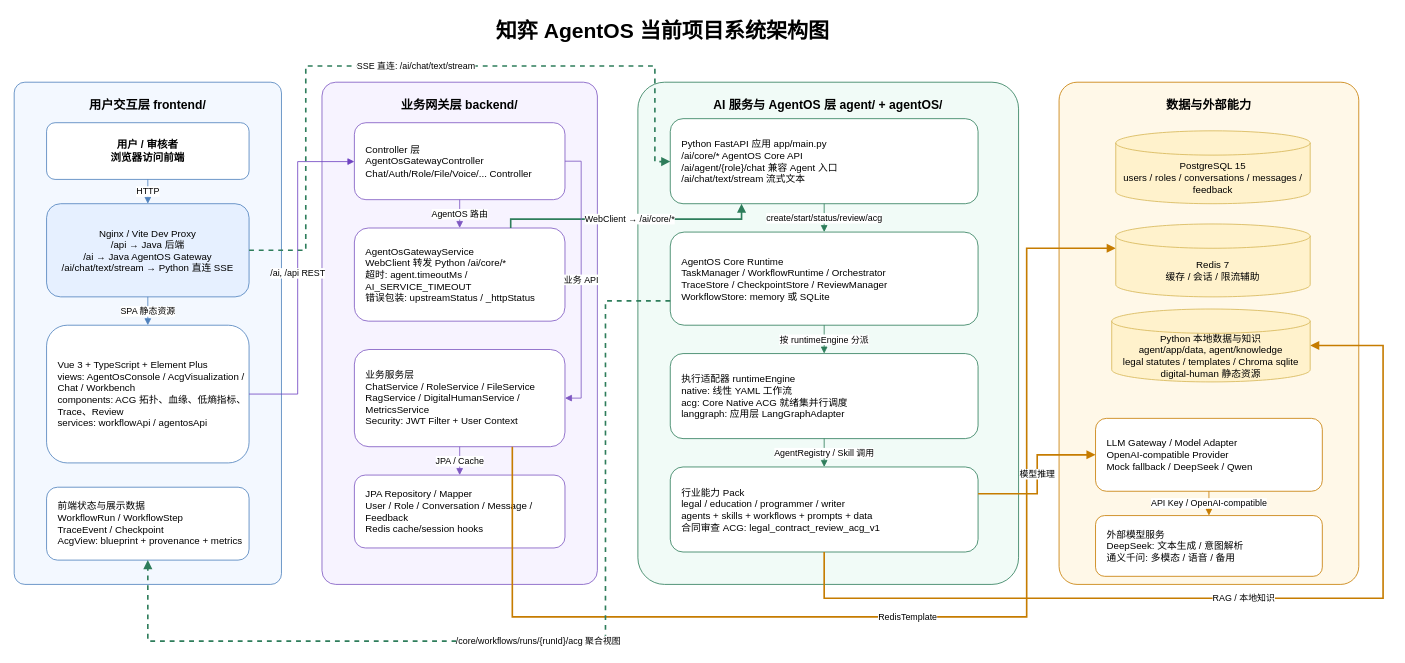
The draw.io diagram page "系统架构图" (1 of 3) of docs/02-架构设计/figures/知弈AgentOS_系统架构_数据结构_ACG.drawio in zongxi-Li/zhiyi-AgentOS, before the edit. Source tidied: cells renumbered, new cells numbered last; positions are measured from the earlier drawing's top-left corner, leaving out a move shared by most shapes. Both pictures are drawn from the tidied source at 81%, with x=0, y=0 at pixel (14, 14).
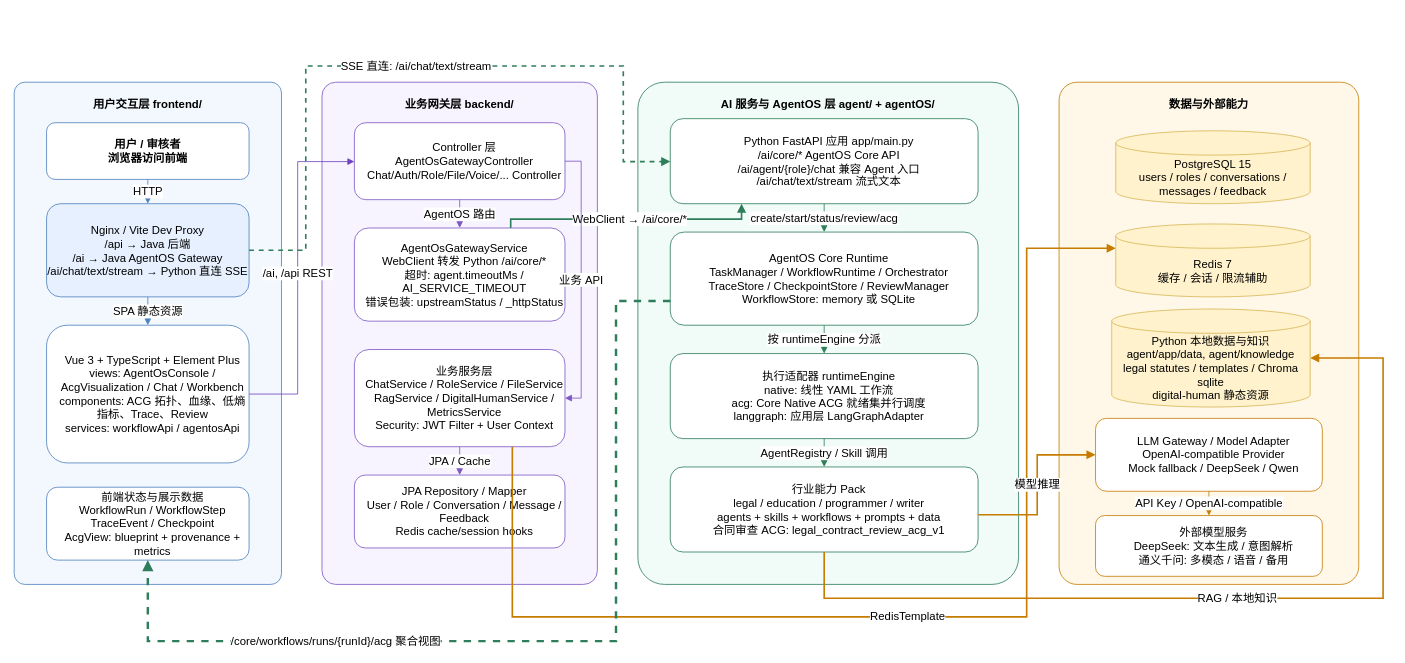
After the change.

Diff of the diagram source:
```diff
@@
-    <mxCell id="2" value="知弈 AgentOS 当前项目系统架构图" style="text;html=1;strokeColor=none;fillColor=none;fontSize=26;fontStyle=1;align=left;verticalAlign=middle;whiteSpace=wrap;rounded=0;" parent="1" vertex="1">
-      <mxGeometry x="593" width="428" height="42" as="geometry" />
-    </mxCell>
-    <mxCell id="3" value="用户交互层 frontend/" style="rounded=1;whiteSpace=wrap;html=1;fillColor=#f3f8ff;strokeColor=#4f81bd;fontSize=15;fontStyle=1;verticalAlign=top;spacingTop=12;arcSize=4;" parent="1" vertex="1">
+    <mxCell id="3" value="用户交互层 frontend/" style="rounded=1;whiteSpace=wrap;html=1;fillColor=#f3f8ff;strokeColor=#4f81bd;fontSize=14;fontStyle=1;verticalAlign=top;spacingTop=12;arcSize=4;align=center;" parent="1" vertex="1">
       <mxGeometry y="84" width="330" height="620" as="geometry" />
     </mxCell>
-    <mxCell id="4" value="业务网关层 backend/" style="rounded=1;whiteSpace=wrap;html=1;fillColor=#f7f3ff;strokeColor=#7e57c2;fontSize=15;fontStyle=1;verticalAlign=top;spacingTop=12;arcSize=5;" parent="1" vertex="1">
+    <mxCell id="4" value="业务网关层 backend/" style="rounded=1;whiteSpace=wrap;html=1;fillColor=#f7f3ff;strokeColor=#7e57c2;fontSize=14;fontStyle=1;verticalAlign=top;spacingTop=12;arcSize=5;align=center;" parent="1" vertex="1">
       <mxGeometry x="380" y="84" width="340" height="620" as="geometry" />
     </mxCell>
-    <mxCell id="5" value="AI 服务与 AgentOS 层 agent/ + agentOS/" style="rounded=1;whiteSpace=wrap;html=1;fillColor=#f1fbf7;strokeColor=#2e7d5b;fontSize=15;fontStyle=1;verticalAlign=top;spacingTop=12;arcSize=7;" parent="1" vertex="1">
+    <mxCell id="5" value="AI 服务与 AgentOS 层 agent/ + agentOS/" style="rounded=1;whiteSpace=wrap;html=1;fillColor=#f1fbf7;strokeColor=#2e7d5b;fontSize=14;fontStyle=1;verticalAlign=top;spacingTop=12;arcSize=7;align=center;" parent="1" vertex="1">
       <mxGeometry x="770" y="84" width="470" height="620" as="geometry" />
     </mxCell>
-    <mxCell id="6" value="数据与外部能力" style="rounded=1;whiteSpace=wrap;html=1;fillColor=#fff8e8;strokeColor=#c67c00;fontSize=15;fontStyle=1;verticalAlign=top;spacingTop=12;arcSize=6;" parent="1" vertex="1">
+    <mxCell id="6" value="数据与外部能力" style="rounded=1;whiteSpace=wrap;html=1;fillColor=#fff8e8;strokeColor=#c67c00;fontSize=14;fontStyle=1;verticalAlign=top;spacingTop=12;arcSize=6;align=center;" parent="1" vertex="1">
       <mxGeometry x="1290" y="84" width="370" height="620" as="geometry" />
     </mxCell>
-    <mxCell id="7" value="用户 / 审核者&#10;浏览器访问前端" style="rounded=1;whiteSpace=wrap;html=1;fillColor=#ffffff;strokeColor=#4f81bd;fontSize=13;fontStyle=1;" parent="1" vertex="1">
+    <mxCell id="7" value="用户 / 审核者&#10;浏览器访问前端" style="rounded=1;whiteSpace=wrap;html=1;fillColor=#ffffff;strokeColor=#4f81bd;fontSize=14;fontStyle=1;align=center;" parent="1" vertex="1">
       <mxGeometry x="40" y="134" width="250" height="70" as="geometry" />
     </mxCell>
-    <mxCell id="8" value="Nginx / Vite Dev Proxy&#10;/api → Java 后端&#10;/ai → Java AgentOS Gateway&#10;/ai/chat/text/stream → Python 直连 SSE" style="rounded=1;whiteSpace=wrap;html=1;fillColor=#e6f0ff;strokeColor=#4f81bd;fontSize=12;" parent="1" vertex="1">
+    <mxCell id="8" value="Nginx / Vite Dev Proxy&#10;/api → Java 后端&#10;/ai → Java AgentOS Gateway&#10;/ai/chat/text/stream → Python 直连 SSE" style="rounded=1;whiteSpace=wrap;html=1;fillColor=#e6f0ff;strokeColor=#4f81bd;fontSize=14;align=center;" parent="1" vertex="1">
       <mxGeometry x="40" y="234" width="250" height="115" as="geometry" />
     </mxCell>
-    <mxCell id="9" value="Vue 3 + TypeScript + Element Plus&#10;views: AgentOsConsole / AcgVisualization / Chat / Workbench&#10;components: ACG 拓扑、血缘、低熵指标、Trace、Review&#10;services: workflowApi / agentosApi" style="rounded=1;whiteSpace=wrap;html=1;fillColor=#ffffff;strokeColor=#4f81bd;fontSize=12;align=left;spacingLeft=12;" parent="1" vertex="1">
+    <mxCell id="9" value="Vue 3 + TypeScript + Element Plus&#10;views: AgentOsConsole / AcgVisualization / Chat / Workbench&#10;components: ACG 拓扑、血缘、低熵指标、Trace、Review&#10;services: workflowApi / agentosApi" style="rounded=1;whiteSpace=wrap;html=1;fillColor=#ffffff;strokeColor=#4f81bd;fontSize=14;align=center;spacingLeft=12;" parent="1" vertex="1">
       <mxGeometry x="40" y="384" width="250" height="170" as="geometry" />
     </mxCell>
-    <mxCell id="10" value="前端状态与展示数据&#10;WorkflowRun / WorkflowStep&#10;TraceEvent / Checkpoint&#10;AcgView: blueprint + provenance + metrics" style="rounded=1;whiteSpace=wrap;html=1;fillColor=#ffffff;strokeColor=#4f81bd;fontSize=12;align=left;spacingLeft=12;" parent="1" vertex="1">
+    <mxCell id="10" value="前端状态与展示数据&#10;WorkflowRun / WorkflowStep&#10;TraceEvent / Checkpoint&#10;AcgView: blueprint + provenance + metrics" style="rounded=1;whiteSpace=wrap;html=1;fillColor=#ffffff;strokeColor=#4f81bd;fontSize=14;align=center;spacingLeft=12;" parent="1" vertex="1">
       <mxGeometry x="40" y="584" width="250" height="90" as="geometry" />
     </mxCell>
-    <mxCell id="11" value="Controller 层&#10;AgentOsGatewayController&#10;Chat/Auth/Role/File/Voice/... Controller" style="rounded=1;whiteSpace=wrap;html=1;fillColor=#ffffff;strokeColor=#7e57c2;fontSize=12;align=left;spacingLeft=12;" parent="1" vertex="1">
+    <mxCell id="11" value="Controller 层&#10;AgentOsGatewayController&#10;Chat/Auth/Role/File/Voice/... Controller" style="rounded=1;whiteSpace=wrap;html=1;fillColor=#ffffff;strokeColor=#7e57c2;fontSize=14;align=center;spacingLeft=12;" parent="1" vertex="1">
       <mxGeometry x="420" y="134" width="260" height="95" as="geometry" />
     </mxCell>
-    <mxCell id="12" value="AgentOsGatewayService&#10;WebClient 转发 Python /ai/core/*&#10;超时: agent.timeoutMs / AI_SERVICE_TIMEOUT&#10;错误包装: upstreamStatus / _httpStatus" style="rounded=1;whiteSpace=wrap;html=1;fillColor=#fff;strokeColor=#7e57c2;fontSize=12;align=left;spacingLeft=12;" parent="1" vertex="1">
+    <mxCell id="12" value="AgentOsGatewayService&#10;WebClient 转发 Python /ai/core/*&#10;超时: agent.timeoutMs / AI_SERVICE_TIMEOUT&#10;错误包装: upstreamStatus / _httpStatus" style="rounded=1;whiteSpace=wrap;html=1;fillColor=#fff;strokeColor=#7e57c2;fontSize=14;align=center;spacingLeft=12;" parent="1" vertex="1">
       <mxGeometry x="420" y="264" width="260" height="115" as="geometry" />
     </mxCell>
-    <mxCell id="13" value="业务服务层&#10;ChatService / RoleService / FileService&#10;RagService / DigitalHumanService / MetricsService&#10;Security: JWT Filter + User Context" style="rounded=1;whiteSpace=wrap;html=1;fillColor=#ffffff;strokeColor=#7e57c2;fontSize=12;align=left;spacingLeft=12;" parent="1" vertex="1">
+    <mxCell id="13" value="业务服务层&#10;ChatService / RoleService / FileService&#10;RagService / DigitalHumanService / MetricsService&#10;Security: JWT Filter + User Context" style="rounded=1;whiteSpace=wrap;html=1;fillColor=#ffffff;strokeColor=#7e57c2;fontSize=14;align=center;spacingLeft=12;" parent="1" vertex="1">
       <mxGeometry x="420" y="414" width="260" height="120" as="geometry" />
     </mxCell>
-    <mxCell id="14" value="JPA Repository / Mapper&#10;User / Role / Conversation / Message / Feedback&#10;Redis cache/session hooks" style="rounded=1;whiteSpace=wrap;html=1;fillColor=#ffffff;strokeColor=#7e57c2;fontSize=12;align=left;spacingLeft=12;" parent="1" vertex="1">
+    <mxCell id="14" value="JPA Repository / Mapper&#10;User / Role / Conversation / Message / Feedback&#10;Redis cache/session hooks" style="rounded=1;whiteSpace=wrap;html=1;fillColor=#ffffff;strokeColor=#7e57c2;fontSize=14;align=center;spacingLeft=12;" parent="1" vertex="1">
       <mxGeometry x="420" y="569" width="260" height="90" as="geometry" />
     </mxCell>
-    <mxCell id="15" value="Python FastAPI 应用 app/main.py&#10;/ai/core/* AgentOS Core API&#10;/ai/agent/{role}/chat 兼容 Agent 入口&#10;/ai/chat/text/stream 流式文本" style="rounded=1;whiteSpace=wrap;html=1;fillColor=#ffffff;strokeColor=#2e7d5b;fontSize=12;align=left;spacingLeft=12;" parent="1" vertex="1">
+    <mxCell id="15" value="Python FastAPI 应用 app/main.py&#10;/ai/core/* AgentOS Core API&#10;/ai/agent/{role}/chat 兼容 Agent 入口&#10;/ai/chat/text/stream 流式文本" style="rounded=1;whiteSpace=wrap;html=1;fillColor=#ffffff;strokeColor=#2e7d5b;fontSize=14;align=center;spacingLeft=12;" parent="1" vertex="1">
       <mxGeometry x="810" y="129" width="380" height="105" as="geometry" />
     </mxCell>
-    <mxCell id="16" value="AgentOS Core Runtime&#10;TaskManager / WorkflowRuntime / Orchestrator&#10;TraceStore / CheckpointStore / ReviewManager&#10;WorkflowStore: memory 或 SQLite" style="rounded=1;whiteSpace=wrap;html=1;fillColor=#ffffff;strokeColor=#2e7d5b;fontSize=12;align=left;spacingLeft=12;" parent="1" vertex="1">
+    <mxCell id="16" value="AgentOS Core Runtime&#10;TaskManager / WorkflowRuntime / Orchestrator&#10;TraceStore / CheckpointStore / ReviewManager&#10;WorkflowStore: memory 或 SQLite" style="rounded=1;whiteSpace=wrap;html=1;fillColor=#ffffff;strokeColor=#2e7d5b;fontSize=14;align=center;spacingLeft=12;" parent="1" vertex="1">
       <mxGeometry x="810" y="269" width="380" height="115" as="geometry" />
     </mxCell>
-    <mxCell id="17" value="执行适配器 runtimeEngine&#10;native: 线性 YAML 工作流&#10;acg: Core Native ACG 就绪集并行调度&#10;langgraph: 应用层 LangGraphAdapter" style="rounded=1;whiteSpace=wrap;html=1;fillColor=#ffffff;strokeColor=#2e7d5b;fontSize=12;align=left;spacingLeft=12;" parent="1" vertex="1">
+    <mxCell id="17" value="执行适配器 runtimeEngine&#10;native: 线性 YAML 工作流&#10;acg: Core Native ACG 就绪集并行调度&#10;langgraph: 应用层 LangGraphAdapter" style="rounded=1;whiteSpace=wrap;html=1;fillColor=#ffffff;strokeColor=#2e7d5b;fontSize=14;align=center;spacingLeft=12;" parent="1" vertex="1">
       <mxGeometry x="810" y="419" width="380" height="105" as="geometry" />
     </mxCell>
-    <mxCell id="18" value="行业能力 Pack&#10;legal / education / programmer / writer&#10;agents + skills + workflows + prompts + data&#10;合同审查 ACG: legal_contract_review_acg_v1" style="rounded=1;whiteSpace=wrap;html=1;fillColor=#ffffff;strokeColor=#2e7d5b;fontSize=12;align=left;spacingLeft=12;" parent="1" vertex="1">
+    <mxCell id="18" value="行业能力 Pack&#10;legal / education / programmer / writer&#10;agents + skills + workflows + prompts + data&#10;合同审查 ACG: legal_contract_review_acg_v1" style="rounded=1;whiteSpace=wrap;html=1;fillColor=#ffffff;strokeColor=#2e7d5b;fontSize=14;align=center;spacingLeft=12;" parent="1" vertex="1">
       <mxGeometry x="810" y="559" width="380" height="105" as="geometry" />
     </mxCell>
-    <mxCell id="19" value="LLM Gateway / Model Adapter&#10;OpenAI-compatible Provider&#10;Mock fallback / DeepSeek / Qwen" style="rounded=1;whiteSpace=wrap;html=1;fillColor=#ffffff;strokeColor=#c67c00;fontSize=12;align=left;spacingLeft=12;" parent="1" vertex="1">
+    <mxCell id="19" value="LLM Gateway / Model Adapter&#10;OpenAI-compatible Provider&#10;Mock fallback / DeepSeek / Qwen" style="rounded=1;whiteSpace=wrap;html=1;fillColor=#ffffff;strokeColor=#c67c00;fontSize=14;align=center;spacingLeft=12;" parent="1" vertex="1">
       <mxGeometry x="1335" y="499" width="280" height="90" as="geometry" />
     </mxCell>
-    <mxCell id="20" value="外部模型服务&#10;DeepSeek: 文本生成 / 意图解析&#10;通义千问: 多模态 / 语音 / 备用" style="rounded=1;whiteSpace=wrap;html=1;fillColor=#ffffff;strokeColor=#c67c00;fontSize=12;align=left;spacingLeft=12;" parent="1" vertex="1">
+    <mxCell id="20" value="外部模型服务&#10;DeepSeek: 文本生成 / 意图解析&#10;通义千问: 多模态 / 语音 / 备用" style="rounded=1;whiteSpace=wrap;html=1;fillColor=#ffffff;strokeColor=#c67c00;fontSize=14;align=center;spacingLeft=12;" parent="1" vertex="1">
       <mxGeometry x="1335" y="619" width="280" height="75" as="geometry" />
     </mxCell>
-    <mxCell id="21" value="HTTP" style="edgeStyle=orthogonalEdgeStyle;rounded=0;html=1;endArrow=block;strokeColor=#4f81bd;fontSize=11;" parent="1" edge="1" source="7" target="8">
+    <mxCell id="21" value="HTTP" style="edgeStyle=orthogonalEdgeStyle;rounded=0;html=1;endArrow=block;strokeColor=#4f81bd;fontSize=14;align=center;" parent="1" edge="1" source="7" target="8">
       <mxGeometry relative="1" as="geometry" />
     </mxCell>
-    <mxCell id="22" value="SPA 静态资源" style="edgeStyle=orthogonalEdgeStyle;rounded=0;html=1;endArrow=block;strokeColor=#4f81bd;fontSize=11;" parent="1" edge="1" source="8" target="9">
+    <mxCell id="22" value="SPA 静态资源" style="edgeStyle=orthogonalEdgeStyle;rounded=0;html=1;endArrow=block;strokeColor=#4f81bd;fontSize=14;align=center;" parent="1" edge="1" source="8" target="9">
       <mxGeometry relative="1" as="geometry" />
     </mxCell>
-    <mxCell id="23" value="/ai, /api REST" style="edgeStyle=orthogonalEdgeStyle;rounded=0;html=1;endArrow=block;strokeColor=#6f42c1;fontSize=11;" parent="1" edge="1" source="9" target="11">
+    <mxCell id="23" value="/ai, /api REST" style="edgeStyle=orthogonalEdgeStyle;rounded=0;html=1;endArrow=block;strokeColor=#6f42c1;fontSize=14;align=center;" parent="1" edge="1" source="9" target="11">
       <mxGeometry relative="1" as="geometry">
         <Array as="points">
           <mxPoint x="350" y="469" />
           <mxPoint x="350" y="182" />
         </Array>
       </mxGeometry>
     </mxCell>
-    <mxCell id="24" value="SSE 直连: /ai/chat/text/stream" style="edgeStyle=orthogonalEdgeStyle;rounded=0;html=1;endArrow=block;strokeColor=#2e7d5b;dashed=1;fontSize=11;strokeWidth=2;" parent="1" edge="1" source="8" target="15">
+    <mxCell id="24" value="SSE 直连: /ai/chat/text/stream" style="edgeStyle=orthogonalEdgeStyle;rounded=0;html=1;endArrow=block;strokeColor=#2e7d5b;dashed=1;fontSize=14;strokeWidth=2;align=center;" parent="1" edge="1" source="8" target="15">
       <mxGeometry relative="1" as="geometry">
         <Array as="points">
           <mxPoint x="360" y="292" />
           <mxPoint x="360" y="64" />
-          <mxPoint x="791" y="64" />
-          <mxPoint x="791" y="182" />
+          <mxPoint x="752" y="64" />
+          <mxPoint x="752" y="182" />
         </Array>
       </mxGeometry>
     </mxCell>
-    <mxCell id="25" value="AgentOS 路由" style="edgeStyle=orthogonalEdgeStyle;rounded=0;html=1;endArrow=block;strokeColor=#7e57c2;fontSize=11;" parent="1" edge="1" source="11" target="12">
+    <mxCell id="25" value="AgentOS 路由" style="edgeStyle=orthogonalEdgeStyle;rounded=0;html=1;endArrow=block;strokeColor=#7e57c2;fontSize=14;align=center;" parent="1" edge="1" source="11" target="12">
       <mxGeometry relative="1" as="geometry" />
     </mxCell>
-    <mxCell id="26" value="WebClient → /ai/core/*" style="edgeStyle=orthogonalEdgeStyle;rounded=0;html=1;endArrow=block;strokeColor=#2e7d5b;fontSize=11;strokeWidth=2;" parent="1" edge="1" source="12" target="15">
+    <mxCell id="26" value="WebClient → /ai/core/*" style="edgeStyle=orthogonalEdgeStyle;rounded=0;html=1;endArrow=block;strokeColor=#2e7d5b;fontSize=14;strokeWidth=2;align=center;" parent="1" edge="1" source="12" target="15">
       <mxGeometry relative="1" as="geometry">
         <Array as="points">
           <mxPoint x="613" y="253" />
           <mxPoint x="898" y="253" />
         </Array>
       </mxGeometry>
     </mxCell>
-    <mxCell id="27" value="业务 API" style="edgeStyle=orthogonalEdgeStyle;rounded=0;html=1;endArrow=block;strokeColor=#7e57c2;fontSize=11;" parent="1" edge="1" source="11" target="13">
+    <mxCell id="27" value="业务 API" style="edgeStyle=orthogonalEdgeStyle;rounded=0;html=1;endArrow=block;strokeColor=#7e57c2;fontSize=14;align=center;" parent="1" edge="1" source="11" target="13">
       <mxGeometry relative="1" as="geometry">
         <Array as="points">
           <mxPoint x="700" y="182" />
           <mxPoint x="700" y="474" />
         </Array>
       </mxGeometry>
     </mxCell>
-    <mxCell id="28" value="JPA / Cache" style="edgeStyle=orthogonalEdgeStyle;rounded=0;html=1;endArrow=block;strokeColor=#7e57c2;fontSize=11;" parent="1" edge="1" source="13" target="14">
+    <mxCell id="28" value="JPA / Cache" style="edgeStyle=orthogonalEdgeStyle;rounded=0;html=1;endArrow=block;strokeColor=#7e57c2;fontSize=14;align=center;" parent="1" edge="1" source="13" target="14">
       <mxGeometry relative="1" as="geometry" />
     </mxCell>
-    <mxCell id="29" value="RedisTemplate" style="edgeStyle=orthogonalEdgeStyle;rounded=0;html=1;endArrow=block;strokeColor=#c67c00;fontSize=11;exitX=0.75;exitY=1;exitDx=0;exitDy=0;entryX=0;entryY=0;entryDx=0;entryDy=30;entryPerimeter=0;strokeWidth=2;" parent="1" edge="1" source="13" target="38">
+    <mxCell id="29" value="&lt;font&gt;RedisTemplate&lt;/font&gt;" style="edgeStyle=orthogonalEdgeStyle;rounded=0;html=1;endArrow=block;strokeColor=#c67c00;fontSize=14;exitX=0.75;exitY=1;exitDx=0;exitDy=0;entryX=0;entryY=0;entryDx=0;entryDy=30;entryPerimeter=0;strokeWidth=2;align=center;" parent="1" edge="1" source="13" target="38">
       <mxGeometry x="-0.01" relative="1" as="geometry">
         <Array as="points">
           <mxPoint x="615" y="744" />
           <mxPoint x="1250" y="744" />
           <mxPoint x="1250" y="289" />
         </Array>
       </mxGeometry>
     </mxCell>
-    <mxCell id="30" value="create/start/status/review/acg" style="edgeStyle=orthogonalEdgeStyle;rounded=0;html=1;endArrow=block;strokeColor=#2e7d5b;fontSize=11;" parent="1" edge="1" source="15" target="16">
+    <mxCell id="30" value="create/start/status/review/acg" style="edgeStyle=orthogonalEdgeStyle;rounded=0;html=1;endArrow=block;strokeColor=#2e7d5b;fontSize=14;align=center;" parent="1" edge="1" source="15" target="16">
       <mxGeometry relative="1" as="geometry" />
     </mxCell>
-    <mxCell id="31" value="按 runtimeEngine 分派" style="edgeStyle=orthogonalEdgeStyle;rounded=0;html=1;endArrow=block;strokeColor=#2e7d5b;fontSize=11;" parent="1" edge="1" source="16" target="17">
+    <mxCell id="31" value="按 runtimeEngine 分派" style="edgeStyle=orthogonalEdgeStyle;rounded=0;html=1;endArrow=block;strokeColor=#2e7d5b;fontSize=14;align=center;" parent="1" edge="1" source="16" target="17">
       <mxGeometry relative="1" as="geometry" />
     </mxCell>
-    <mxCell id="32" value="AgentRegistry / Skill 调用" style="edgeStyle=orthogonalEdgeStyle;rounded=0;html=1;endArrow=block;strokeColor=#2e7d5b;fontSize=11;" parent="1" edge="1" source="17" target="18">
+    <mxCell id="32" value="AgentRegistry / Skill 调用" style="edgeStyle=orthogonalEdgeStyle;rounded=0;html=1;endArrow=block;strokeColor=#2e7d5b;fontSize=14;align=center;" parent="1" edge="1" source="17" target="18">
       <mxGeometry relative="1" as="geometry" />
     </mxCell>
-    <mxCell id="33" value="RAG / 本地知识" style="edgeStyle=orthogonalEdgeStyle;rounded=0;html=1;endArrow=block;strokeColor=#c67c00;fontSize=11;entryX=1;entryY=0.5;entryDx=0;entryDy=0;entryPerimeter=0;strokeWidth=2;" parent="1" edge="1" source="18" target="39">
+    <mxCell id="33" value="&lt;font&gt;RAG / 本地知识&lt;/font&gt;" style="edgeStyle=orthogonalEdgeStyle;rounded=0;html=1;endArrow=block;strokeColor=#c67c00;fontSize=14;entryX=1;entryY=0.5;entryDx=0;entryDy=0;entryPerimeter=0;strokeWidth=2;align=center;" parent="1" edge="1" source="18" target="39">
       <mxGeometry relative="1" as="geometry">
         <Array as="points">
           <mxPoint x="1000" y="721" />
           <mxPoint x="1690" y="721" />
-          <mxPoint x="1690" y="409" />
+          <mxPoint x="1690" y="425" />
         </Array>
       </mxGeometry>
     </mxCell>
-    <mxCell id="34" value="模型推理" style="edgeStyle=orthogonalEdgeStyle;rounded=0;html=1;endArrow=block;strokeColor=#c67c00;fontSize=11;strokeWidth=2;" parent="1" edge="1" source="18" target="19">
+    <mxCell id="34" value="模型推理" style="edgeStyle=orthogonalEdgeStyle;rounded=0;html=1;endArrow=block;strokeColor=#c67c00;fontSize=14;strokeWidth=2;align=center;" parent="1" edge="1" source="18" target="19">
       <mxGeometry relative="1" as="geometry">
         <Array as="points">
-          <mxPoint x="1263" y="592" />
+          <mxPoint x="1263" y="618" />
           <mxPoint x="1263" y="544" />
         </Array>
       </mxGeometry>
     </mxCell>
-    <mxCell id="35" value="API Key / OpenAI-compatible" style="edgeStyle=orthogonalEdgeStyle;rounded=0;html=1;endArrow=block;strokeColor=#c67c00;fontSize=11;" parent="1" edge="1" source="19" target="20">
+    <mxCell id="35" value="API Key / OpenAI-compatible" style="edgeStyle=orthogonalEdgeStyle;rounded=0;html=1;endArrow=block;strokeColor=#c67c00;fontSize=14;align=center;" parent="1" edge="1" source="19" target="20">
       <mxGeometry relative="1" as="geometry" />
     </mxCell>
-    <mxCell id="36" value="/core/workflows/runs/{runId}/acg 聚合视图" style="edgeStyle=orthogonalEdgeStyle;rounded=0;html=1;endArrow=block;strokeColor=#2e7d5b;dashed=1;fontSize=11;strokeWidth=2;" parent="1" edge="1" source="16" target="10">
-      <mxGeometry relative="1" as="geometry">
+    <mxCell id="36" value="&lt;font&gt;/core/workflows/runs/{runId}/acg 聚合视图&lt;/font&gt;" style="edgeStyle=orthogonalEdgeStyle;rounded=0;html=1;endArrow=block;strokeColor=#2e7d5b;dashed=1;fontSize=14;strokeWidth=3;align=center;" parent="1" edge="1" source="16" target="10">
+      <mxGeometry x="0.43" relative="1" as="geometry">
         <Array as="points">
-          <mxPoint x="730" y="354" />
-          <mxPoint x="730" y="774" />
+          <mxPoint x="743" y="354" />
+          <mxPoint x="743" y="774" />
           <mxPoint x="165" y="774" />
         </Array>
       </mxGeometry>
     </mxCell>
-    <mxCell id="37" value="PostgreSQL 15&lt;br&gt;users / roles / conversations / messages / feedback" style="shape=cylinder3;whiteSpace=wrap;html=1;boundedLbl=1;backgroundOutline=1;size=15;fillColor=#fff2cc;strokeColor=#d6b656;" parent="1" vertex="1">
+    <mxCell id="37" value="PostgreSQL 15&lt;br&gt;users / roles / conversations / messages / feedback" style="shape=cylinder3;whiteSpace=wrap;html=1;boundedLbl=1;backgroundOutline=1;size=15;fillColor=#fff2cc;strokeColor=#d6b656;align=center;fontSize=14;" parent="1" vertex="1">
       <mxGeometry x="1360" y="144" width="240" height="90" as="geometry" />
     </mxCell>
-    <mxCell id="38" value="Redis 7&lt;br&gt;缓存 / 会话 / 限流辅助" style="shape=cylinder3;whiteSpace=wrap;html=1;boundedLbl=1;backgroundOutline=1;size=15;fillColor=#fff2cc;strokeColor=#d6b656;" parent="1" vertex="1">
+    <mxCell id="38" value="Redis 7&lt;br&gt;缓存 / 会话 / 限流辅助" style="shape=cylinder3;whiteSpace=wrap;html=1;boundedLbl=1;backgroundOutline=1;size=15;fillColor=#fff2cc;strokeColor=#d6b656;align=center;fontSize=14;" parent="1" vertex="1">
       <mxGeometry x="1360" y="259" width="240" height="90" as="geometry" />
     </mxCell>
-    <mxCell id="39" value="Python 本地数据与知识&lt;br&gt;agent/app/data, agent/knowledge&lt;br&gt;legal statutes / templates / Chroma sqlite&lt;br&gt;digital-human 静态资源" style="shape=cylinder3;whiteSpace=wrap;html=1;boundedLbl=1;backgroundOutline=1;size=15;fillColor=#fff2cc;strokeColor=#d6b656;" parent="1" vertex="1">
-      <mxGeometry x="1355" y="364" width="245" height="90" as="geometry" />
+    <mxCell id="39" value="Python 本地数据与知识&lt;br&gt;agent/app/data, agent/knowledge&lt;br&gt;legal statutes / templates / Chroma sqlite&lt;br&gt;digital-human 静态资源" style="shape=cylinder3;whiteSpace=wrap;html=1;boundedLbl=1;backgroundOutline=1;size=15;fillColor=#fff2cc;strokeColor=#d6b656;align=center;fontSize=14;" parent="1" vertex="1">
+      <mxGeometry x="1355" y="364" width="245" height="121" as="geometry" />
     </mxCell>
```
